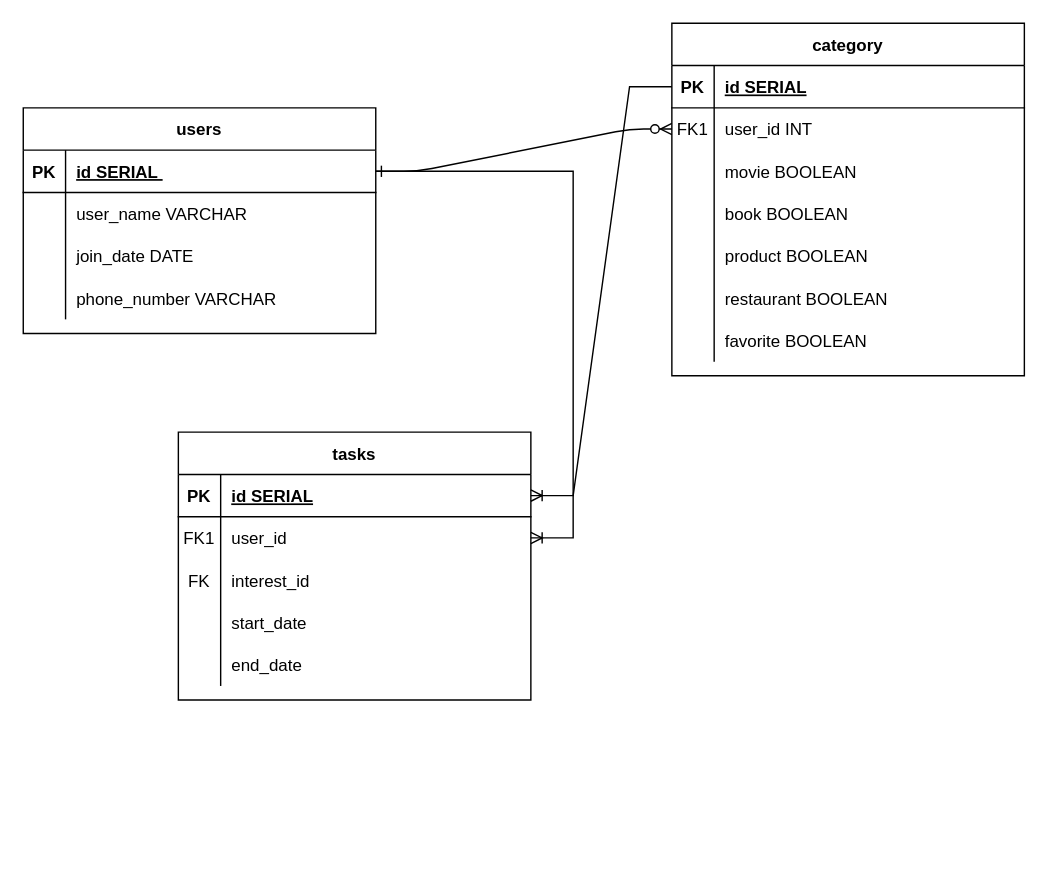
jkadman/SQL_diagrams keeps this draw.io diagram as midterm_erd.drawio. Above is the earlier version. Source tidied: cells renumbered, new cells numbered last; positions are measured from the earlier drawing's top-left corner, leaving out a move shared by most shapes. Both pictures are drawn from the tidied source at 141%, with x=0, y=0 at pixel (23, 23).
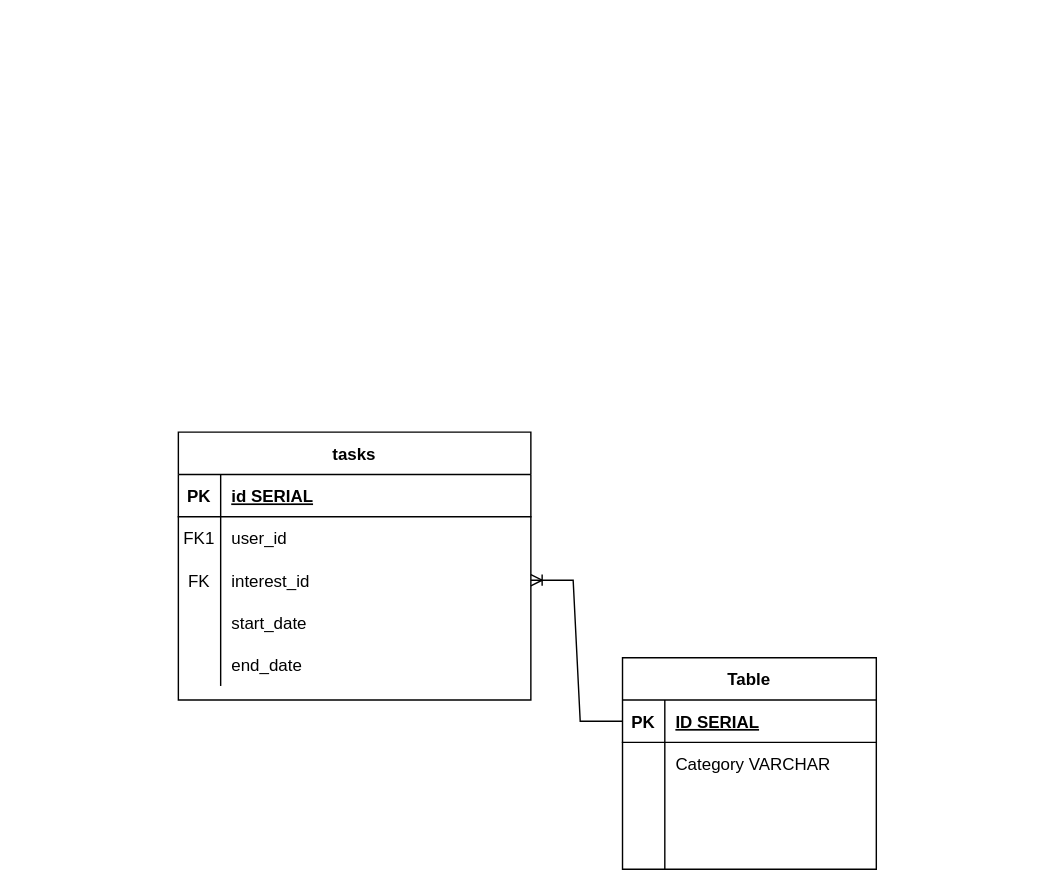
The same page after the edit.

The change refers to these unchanged cells:
```xml
<mxCell id="26" style="shape=partialRectangle;fillColor=none;points=[[0,0.5],[1,0.5]];portConstraint=eastwest;top=0;left=0;right=0;bottom=1;" parent="25" vertex="1">
  <mxGeometry y="30" width="250" height="30" as="geometry" />
</mxCell>
<mxCell id="29" style="shape=partialRectangle;fillColor=none;points=[[0,0.5],[1,0.5]];portConstraint=eastwest;top=0;left=0;right=0;bottom=0;" parent="25" vertex="1">
  <mxGeometry y="60" width="250" height="30" as="geometry" />
</mxCell>
<mxCell id="32" style="shape=tableRow;horizontal=0;startSize=0;swimlaneHead=0;swimlaneBody=0;fillColor=none;points=[[0,0.5],[1,0.5]];portConstraint=eastwest;top=0;left=0;right=0;bottom=0;" parent="25" vertex="1">
  <mxGeometry y="90" width="250" height="30" as="geometry" />
</mxCell>
```

The edit, as a diff of the source:
```diff
@@
-    <mxCell id="2" style="edgeStyle=entityRelationEdgeStyle;endArrow=ERzeroToMany;startArrow=ERone;endFill=1;startFill=0;" parent="1" edge="1" source="42" target="7">
-      <mxGeometry relative="1" as="geometry" />
-    </mxCell>
-    <mxCell id="3" value="category" style="shape=table;startSize=30;childLayout=tableLayout;rowLines=0;fontStyle=1;align=center;" parent="1" vertex="1">
-      <mxGeometry x="460" width="250" height="250" as="geometry" />
-    </mxCell>
-    <mxCell id="4" style="shape=partialRectangle;fillColor=none;points=[[0,0.5],[1,0.5]];portConstraint=eastwest;top=0;left=0;right=0;bottom=1;" parent="3" vertex="1">
-      <mxGeometry y="30" width="250" height="30" as="geometry" />
-    </mxCell>
-    <mxCell id="5" value="PK" style="shape=partialRectangle;overflow=hidden;fillColor=none;top=0;left=0;bottom=0;right=0;fontStyle=1;" parent="4" vertex="1">
-      <mxGeometry width="30" height="30" as="geometry" />
-    </mxCell>
-    <mxCell id="6" value="id SERIAL" style="shape=partialRectangle;overflow=hidden;fillColor=none;top=0;left=0;bottom=0;right=0;align=left;spacingLeft=6;fontStyle=5;" parent="4" vertex="1">
-      <mxGeometry x="30" width="220" height="30" as="geometry" />
-    </mxCell>
-    <mxCell id="7" style="shape=partialRectangle;fillColor=none;points=[[0,0.5],[1,0.5]];portConstraint=eastwest;top=0;left=0;right=0;bottom=0;" parent="3" vertex="1">
-      <mxGeometry y="60" width="250" height="30" as="geometry" />
-    </mxCell>
-    <mxCell id="8" value="FK1" style="shape=partialRectangle;overflow=hidden;fillColor=none;top=0;left=0;bottom=0;right=0;" parent="7" vertex="1">
-      <mxGeometry width="30" height="30" as="geometry" />
-    </mxCell>
-    <mxCell id="9" value="user_id INT" style="shape=partialRectangle;overflow=hidden;fillColor=none;top=0;left=0;bottom=0;right=0;align=left;spacingLeft=6;" parent="7" vertex="1">
-      <mxGeometry x="30" width="220" height="30" as="geometry" />
-    </mxCell>
-    <mxCell id="10" style="shape=partialRectangle;fillColor=none;top=0;left=0;right=0;bottom=0;" parent="3" vertex="1">
-      <mxGeometry y="90" width="250" height="30" as="geometry" />
-    </mxCell>
-    <mxCell id="11" style="shape=partialRectangle;overflow=hidden;fillColor=none;top=0;left=0;bottom=0;right=0;" parent="10" vertex="1">
-      <mxGeometry width="30" height="30" as="geometry" />
-    </mxCell>
-    <mxCell id="12" value="movie BOOLEAN" style="shape=partialRectangle;overflow=hidden;fillColor=none;top=0;left=0;bottom=0;right=0;align=left;spacingLeft=6;" parent="10" vertex="1">
-      <mxGeometry x="30" width="220" height="30" as="geometry" />
-    </mxCell>
-    <mxCell id="13" style="shape=tableRow;horizontal=0;startSize=0;swimlaneHead=0;swimlaneBody=0;fillColor=none;top=0;left=0;right=0;bottom=0;" parent="3" vertex="1">
-      <mxGeometry y="120" width="250" height="30" as="geometry" />
-    </mxCell>
-    <mxCell id="14" style="shape=partialRectangle;fillColor=none;top=0;left=0;bottom=0;right=0;overflow=hidden;" parent="13" vertex="1">
-      <mxGeometry width="30" height="30" as="geometry" />
-    </mxCell>
-    <mxCell id="15" value="book BOOLEAN" style="shape=partialRectangle;fillColor=none;top=0;left=0;bottom=0;right=0;align=left;spacingLeft=6;overflow=hidden;" parent="13" vertex="1">
-      <mxGeometry x="30" width="220" height="30" as="geometry" />
-    </mxCell>
-    <mxCell id="16" style="shape=tableRow;horizontal=0;startSize=0;swimlaneHead=0;swimlaneBody=0;fillColor=none;top=0;left=0;right=0;bottom=0;" parent="3" vertex="1">
-      <mxGeometry y="150" width="250" height="30" as="geometry" />
-    </mxCell>
-    <mxCell id="17" style="shape=partialRectangle;fillColor=none;top=0;left=0;bottom=0;right=0;overflow=hidden;" parent="16" vertex="1">
-      <mxGeometry width="30" height="30" as="geometry" />
-    </mxCell>
-    <mxCell id="18" value="product BOOLEAN" style="shape=partialRectangle;fillColor=none;top=0;left=0;bottom=0;right=0;align=left;spacingLeft=6;overflow=hidden;" parent="16" vertex="1">
-      <mxGeometry x="30" width="220" height="30" as="geometry" />
-    </mxCell>
-    <mxCell id="19" style="shape=tableRow;horizontal=0;startSize=0;swimlaneHead=0;swimlaneBody=0;fillColor=none;top=0;left=0;right=0;bottom=0;" parent="3" vertex="1">
-      <mxGeometry y="180" width="250" height="30" as="geometry" />
-    </mxCell>
-    <mxCell id="20" style="shape=partialRectangle;fillColor=none;top=0;left=0;bottom=0;right=0;overflow=hidden;" parent="19" vertex="1">
-      <mxGeometry width="30" height="30" as="geometry" />
-    </mxCell>
-    <mxCell id="21" value="restaurant BOOLEAN" style="shape=partialRectangle;fillColor=none;top=0;left=0;bottom=0;right=0;align=left;spacingLeft=6;overflow=hidden;" parent="19" vertex="1">
-      <mxGeometry x="30" width="220" height="30" as="geometry" />
-    </mxCell>
-    <mxCell id="22" style="shape=tableRow;horizontal=0;startSize=0;swimlaneHead=0;swimlaneBody=0;fillColor=none;top=0;left=0;right=0;bottom=0;" parent="3" vertex="1">
-      <mxGeometry y="210" width="250" height="30" as="geometry" />
-    </mxCell>
-    <mxCell id="23" style="shape=partialRectangle;fillColor=none;top=0;left=0;bottom=0;right=0;overflow=hidden;" parent="22" vertex="1">
-      <mxGeometry width="30" height="30" as="geometry" />
-    </mxCell>
-    <mxCell id="24" value="favorite BOOLEAN" style="shape=partialRectangle;fillColor=none;top=0;left=0;bottom=0;right=0;align=left;spacingLeft=6;overflow=hidden;" parent="22" vertex="1">
-      <mxGeometry x="30" width="220" height="30" as="geometry" />
-    </mxCell>
@@
-    <mxCell id="41" value="users" style="shape=table;startSize=30;childLayout=tableLayout;rowLines=0;fontStyle=1;align=center;" parent="1" vertex="1">
-      <mxGeometry y="60" width="250" height="160" as="geometry" />
-    </mxCell>
-    <mxCell id="42" style="shape=partialRectangle;fillColor=none;points=[[0,0.5],[1,0.5]];portConstraint=eastwest;top=0;left=0;right=0;bottom=1;" parent="41" vertex="1">
-      <mxGeometry y="30" width="250" height="30" as="geometry" />
-    </mxCell>
-    <mxCell id="43" value="PK" style="shape=partialRectangle;overflow=hidden;fillColor=none;top=0;left=0;bottom=0;right=0;fontStyle=1;" parent="42" vertex="1">
-      <mxGeometry width="30" height="30" as="geometry" />
-    </mxCell>
-    <mxCell id="44" value="id SERIAL " style="shape=partialRectangle;overflow=hidden;fillColor=none;top=0;left=0;bottom=0;right=0;align=left;spacingLeft=6;fontStyle=5;" parent="42" vertex="1">
-      <mxGeometry x="30" width="220" height="30" as="geometry" />
-    </mxCell>
-    <mxCell id="45" style="shape=partialRectangle;fillColor=none;top=0;left=0;right=0;bottom=0;" parent="41" vertex="1">
-      <mxGeometry y="60" width="250" height="30" as="geometry" />
-    </mxCell>
-    <mxCell id="46" style="shape=partialRectangle;overflow=hidden;fillColor=none;top=0;left=0;bottom=0;right=0;" parent="45" vertex="1">
-      <mxGeometry width="30" height="30" as="geometry" />
-    </mxCell>
-    <mxCell id="47" value="user_name VARCHAR" style="shape=partialRectangle;overflow=hidden;fillColor=none;top=0;left=0;bottom=0;right=0;align=left;spacingLeft=6;" parent="45" vertex="1">
-      <mxGeometry x="30" width="220" height="30" as="geometry" />
-    </mxCell>
-    <mxCell id="48" style="shape=tableRow;horizontal=0;startSize=0;swimlaneHead=0;swimlaneBody=0;fillColor=none;top=0;left=0;right=0;bottom=0;" parent="41" vertex="1">
-      <mxGeometry y="90" width="250" height="30" as="geometry" />
-    </mxCell>
-    <mxCell id="49" style="shape=partialRectangle;fillColor=none;top=0;left=0;bottom=0;right=0;overflow=hidden;" parent="48" vertex="1">
-      <mxGeometry width="30" height="30" as="geometry" />
-    </mxCell>
-    <mxCell id="50" value="join_date DATE" style="shape=partialRectangle;fillColor=none;top=0;left=0;bottom=0;right=0;align=left;spacingLeft=6;overflow=hidden;" parent="48" vertex="1">
-      <mxGeometry x="30" width="220" height="30" as="geometry" />
-    </mxCell>
-    <mxCell id="51" style="shape=tableRow;horizontal=0;startSize=0;swimlaneHead=0;swimlaneBody=0;fillColor=none;top=0;left=0;right=0;bottom=0;" parent="41" vertex="1">
-      <mxGeometry y="120" width="250" height="30" as="geometry" />
-    </mxCell>
-    <mxCell id="52" style="shape=partialRectangle;fillColor=none;top=0;left=0;bottom=0;right=0;overflow=hidden;" parent="51" vertex="1">
-      <mxGeometry width="30" height="30" as="geometry" />
-    </mxCell>
-    <mxCell id="53" value="phone_number VARCHAR" style="shape=partialRectangle;fillColor=none;top=0;left=0;bottom=0;right=0;align=left;spacingLeft=6;overflow=hidden;" parent="51" vertex="1">
-      <mxGeometry x="30" width="220" height="30" as="geometry" />
-    </mxCell>
-    <mxCell id="54" style="edgeStyle=entityRelationEdgeStyle;fontSize=12;html=1;endArrow=ERoneToMany;rounded=0;" parent="1" edge="1" source="42" target="29">
-      <mxGeometry relative="1" as="geometry" />
-    </mxCell>
-    <mxCell id="55" style="edgeStyle=entityRelationEdgeStyle;fontSize=12;html=1;endArrow=ERoneToMany;rounded=0;entryX=1;entryY=0.5;entryDx=0;entryDy=0;" parent="1" edge="1" source="4" target="26">
+    <mxCell id="55" style="edgeStyle=entityRelationEdgeStyle;fontSize=12;html=1;endArrow=ERoneToMany;rounded=0;" parent="1" edge="1" source="57" target="32">
       <mxGeometry relative="1" as="geometry" />
     </mxCell>
+    <mxCell id="56" value="Table" style="shape=table;startSize=30;childLayout=tableLayout;rowLines=0;fontStyle=1;align=center;" parent="1" vertex="1">
+      <mxGeometry x="425" y="450" width="180" height="150" as="geometry" />
+    </mxCell>
+    <mxCell id="57" style="shape=tableRow;horizontal=0;startSize=0;swimlaneHead=0;swimlaneBody=0;fillColor=none;points=[[0,0.5],[1,0.5]];portConstraint=eastwest;top=0;left=0;right=0;bottom=1;" parent="56" vertex="1">
+      <mxGeometry y="30" width="180" height="30" as="geometry" />
+    </mxCell>
+    <mxCell id="58" value="PK" style="shape=partialRectangle;fillColor=none;top=0;left=0;bottom=0;right=0;fontStyle=1;overflow=hidden;" parent="57" vertex="1">
+      <mxGeometry width="30" height="30" as="geometry" />
+    </mxCell>
+    <mxCell id="59" value="ID SERIAL" style="shape=partialRectangle;fillColor=none;top=0;left=0;bottom=0;right=0;align=left;spacingLeft=6;fontStyle=5;overflow=hidden;" parent="57" vertex="1">
+      <mxGeometry x="30" width="150" height="30" as="geometry" />
+    </mxCell>
+    <mxCell id="60" style="shape=tableRow;horizontal=0;startSize=0;swimlaneHead=0;swimlaneBody=0;fillColor=none;top=0;left=0;right=0;bottom=0;" parent="56" vertex="1">
+      <mxGeometry y="60" width="180" height="30" as="geometry" />
+    </mxCell>
+    <mxCell id="61" style="shape=partialRectangle;fillColor=none;top=0;left=0;bottom=0;right=0;overflow=hidden;" parent="60" vertex="1">
+      <mxGeometry width="30" height="30" as="geometry" />
+    </mxCell>
+    <mxCell id="62" value="Category VARCHAR" style="shape=partialRectangle;fillColor=none;top=0;left=0;bottom=0;right=0;align=left;spacingLeft=6;overflow=hidden;" parent="60" vertex="1">
+      <mxGeometry x="30" width="150" height="30" as="geometry" />
+    </mxCell>
+    <mxCell id="63" style="shape=tableRow;horizontal=0;startSize=0;swimlaneHead=0;swimlaneBody=0;fillColor=none;top=0;left=0;right=0;bottom=0;" parent="56" vertex="1">
+      <mxGeometry y="90" width="180" height="30" as="geometry" />
+    </mxCell>
+    <mxCell id="64" style="shape=partialRectangle;fillColor=none;top=0;left=0;bottom=0;right=0;overflow=hidden;" parent="63" vertex="1">
+      <mxGeometry width="30" height="30" as="geometry" />
+    </mxCell>
+    <mxCell id="65" style="shape=partialRectangle;fillColor=none;top=0;left=0;bottom=0;right=0;align=left;spacingLeft=6;overflow=hidden;" parent="63" vertex="1">
+      <mxGeometry x="30" width="150" height="30" as="geometry" />
+    </mxCell>
+    <mxCell id="66" style="shape=tableRow;horizontal=0;startSize=0;swimlaneHead=0;swimlaneBody=0;fillColor=none;top=0;left=0;right=0;bottom=0;" parent="56" vertex="1">
+      <mxGeometry y="120" width="180" height="30" as="geometry" />
+    </mxCell>
+    <mxCell id="67" style="shape=partialRectangle;fillColor=none;top=0;left=0;bottom=0;right=0;overflow=hidden;" parent="66" vertex="1">
+      <mxGeometry width="30" height="30" as="geometry" />
+    </mxCell>
+    <mxCell id="68" style="shape=partialRectangle;fillColor=none;top=0;left=0;bottom=0;right=0;align=left;spacingLeft=6;overflow=hidden;" parent="66" vertex="1">
+      <mxGeometry x="30" width="150" height="30" as="geometry" />
+    </mxCell>
```
